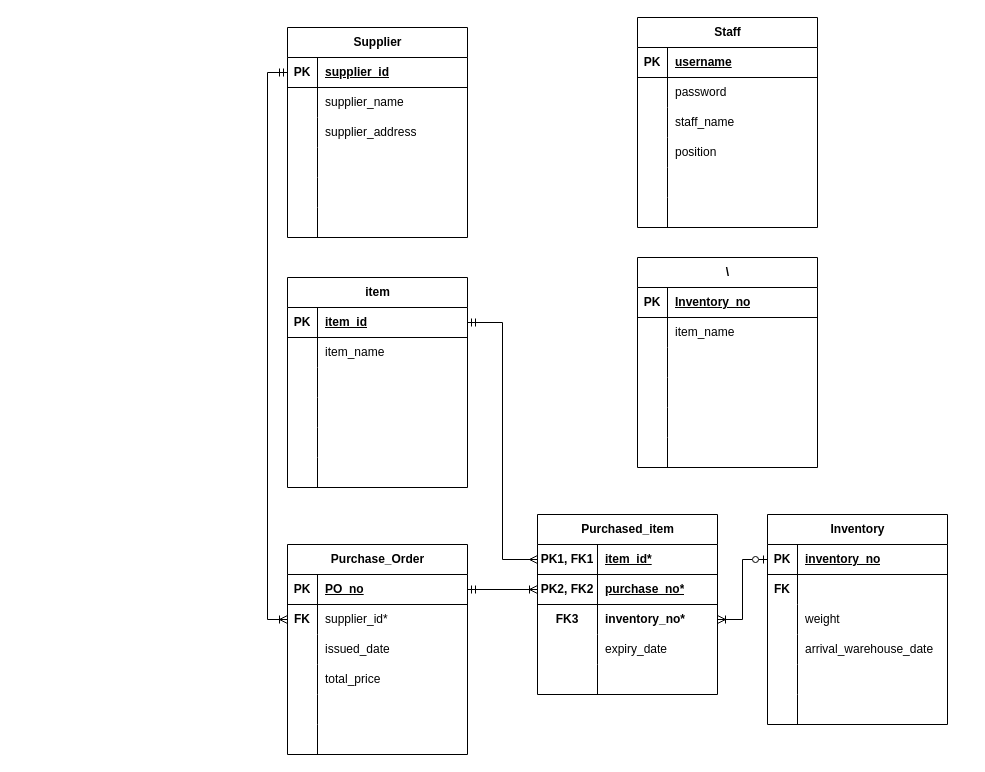
Before: Entity Relationship Diagram.drawio in mwjunonn/InvManageSys, a draw.io diagram. Source tidied: cells renumbered, new cells numbered last; positions are measured from the earlier drawing's top-left corner, leaving out a move shared by most shapes. Both pictures are drawn from the tidied source at 100%, with x=0, y=0 at pixel (287, 17).
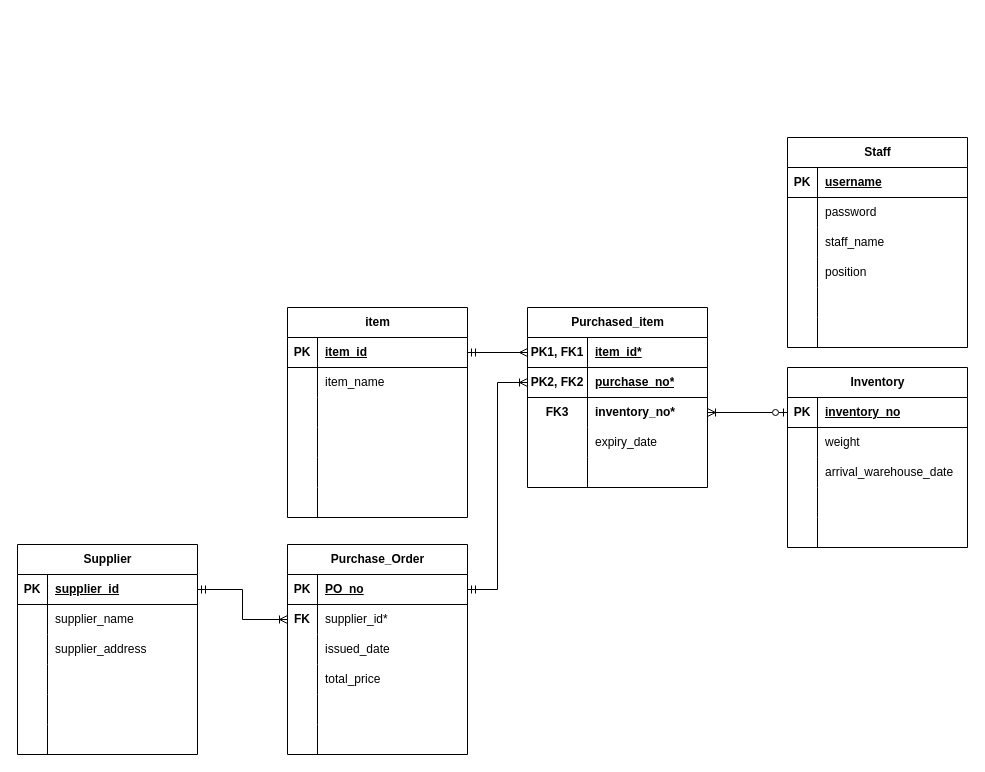
The same page after the edit.

The change refers to these unchanged cells:
```xml
<mxCell id="22" style="shape=tableRow;horizontal=0;startSize=0;swimlaneHead=0;swimlaneBody=0;fillColor=none;points=[[0,0.5],[1,0.5]];portConstraint=eastwest;top=0;left=0;right=0;bottom=1;fontFamily=MiSans;" parent="21" vertex="1">
  <mxGeometry y="30" width="180" height="30" as="geometry" />
</mxCell>
<mxCell id="82" style="shape=tableRow;horizontal=0;startSize=0;swimlaneHead=0;swimlaneBody=0;fillColor=none;points=[[0,0.5],[1,0.5]];portConstraint=eastwest;top=0;left=0;right=0;bottom=0;fontFamily=MiSans;" parent="78" vertex="1">
  <mxGeometry y="60" width="180" height="30" as="geometry" />
</mxCell>
```

What changed in the source:
```diff
@@
     <mxCell id="2" value="Staff" style="shape=table;startSize=30;childLayout=tableLayout;rowLines=0;fontStyle=1;align=center;html=1;fontFamily=MiSans;" parent="1" vertex="1">
-      <mxGeometry x="350" width="180" height="210" as="geometry" />
+      <mxGeometry x="500" y="120" width="180" height="210" as="geometry" />
     </mxCell>
@@
     <mxCell id="21" value="Supplier" style="shape=table;startSize=30;childLayout=tableLayout;rowLines=0;fontStyle=1;align=center;html=1;fontFamily=MiSans;" parent="1" vertex="1">
-      <mxGeometry y="10" width="180" height="210" as="geometry" />
+      <mxGeometry x="-270" y="527" width="180" height="210" as="geometry" />
     </mxCell>
@@
     <mxCell id="40" value="item" style="shape=table;startSize=30;childLayout=tableLayout;rowLines=0;fontStyle=1;align=center;html=1;fontFamily=MiSans;" parent="1" vertex="1">
-      <mxGeometry y="260" width="180" height="210" as="geometry" />
+      <mxGeometry y="290" width="180" height="210" as="geometry" />
     </mxCell>
@@
     <mxCell id="59" value="Inventory" style="shape=table;startSize=30;childLayout=tableLayout;rowLines=0;fontStyle=1;align=center;html=1;fontFamily=MiSans;" parent="1" vertex="1">
-      <mxGeometry x="480" y="497" width="180" height="210" as="geometry" />
+      <mxGeometry x="500" y="350" width="180" height="180" as="geometry" />
     </mxCell>
@@
-    <mxCell id="63" style="shape=tableRow;horizontal=0;startSize=0;swimlaneHead=0;swimlaneBody=0;fillColor=none;top=0;left=0;right=0;bottom=0;fontFamily=MiSans;" parent="59" vertex="1">
-      <mxGeometry y="60" width="180" height="30" as="geometry" />
-    </mxCell>
-    <mxCell id="64" value="&lt;b&gt;FK&lt;/b&gt;" style="shape=partialRectangle;fillColor=none;top=0;left=0;bottom=0;right=0;overflow=hidden;whiteSpace=wrap;html=1;fontFamily=MiSans;" parent="63" vertex="1">
-      <mxGeometry width="30" height="30" as="geometry" />
-    </mxCell>
-    <mxCell id="65" style="shape=partialRectangle;fillColor=none;top=0;left=0;bottom=0;right=0;align=left;spacingLeft=6;overflow=hidden;whiteSpace=wrap;html=1;fontFamily=MiSans;" parent="63" vertex="1">
-      <mxGeometry x="30" width="150" height="30" as="geometry" />
-    </mxCell>
     <mxCell id="66" style="shape=tableRow;horizontal=0;startSize=0;swimlaneHead=0;swimlaneBody=0;fillColor=none;top=0;left=0;right=0;bottom=0;fontFamily=MiSans;" parent="59" vertex="1">
-      <mxGeometry y="90" width="180" height="30" as="geometry" />
+      <mxGeometry y="60" width="180" height="30" as="geometry" />
     </mxCell>
@@
     <mxCell id="69" style="shape=tableRow;horizontal=0;startSize=0;swimlaneHead=0;swimlaneBody=0;fillColor=none;top=0;left=0;right=0;bottom=0;fontFamily=MiSans;" parent="59" vertex="1">
-      <mxGeometry y="120" width="180" height="30" as="geometry" />
+      <mxGeometry y="90" width="180" height="30" as="geometry" />
     </mxCell>
@@
     <mxCell id="72" style="shape=tableRow;horizontal=0;startSize=0;swimlaneHead=0;swimlaneBody=0;fillColor=none;top=0;left=0;right=0;bottom=0;fontFamily=MiSans;" parent="59" vertex="1">
-      <mxGeometry y="150" width="180" height="30" as="geometry" />
+      <mxGeometry y="120" width="180" height="30" as="geometry" />
     </mxCell>
@@
     <mxCell id="75" style="shape=tableRow;horizontal=0;startSize=0;swimlaneHead=0;swimlaneBody=0;fillColor=none;top=0;left=0;right=0;bottom=0;fontFamily=MiSans;" parent="59" vertex="1">
-      <mxGeometry y="180" width="180" height="30" as="geometry" />
+      <mxGeometry y="150" width="180" height="30" as="geometry" />
     </mxCell>
@@
-    <mxCell id="97" style="edgeStyle=orthogonalEdgeStyle;rounded=0;jettySize=auto;html=1;entryX=0;entryY=0.5;entryDx=0;entryDy=0;startArrow=ERoneToMany;startFill=0;endArrow=ERmandOne;endFill=0;" parent="1" edge="1" source="82" target="22">
+    <mxCell id="97" style="edgeStyle=orthogonalEdgeStyle;rounded=0;jettySize=auto;html=1;entryX=1;entryY=0.5;entryDx=0;entryDy=0;startArrow=ERoneToMany;startFill=0;endArrow=ERmandOne;endFill=0;" parent="1" edge="1" source="82" target="22">
       <mxGeometry relative="1" as="geometry" />
     </mxCell>
     <mxCell id="98" value="Purchased_item" style="shape=table;startSize=30;childLayout=tableLayout;rowLines=0;fontStyle=1;align=center;html=1;fontFamily=MiSans;" parent="1" vertex="1">
-      <mxGeometry x="250" y="497" width="180" height="180" as="geometry" />
+      <mxGeometry x="240" y="290" width="180" height="180" as="geometry" />
     </mxCell>
@@
-    <mxCell id="117" value="\" style="shape=table;startSize=30;childLayout=tableLayout;rowLines=0;fontStyle=1;align=center;html=1;fontFamily=MiSans;" parent="1" vertex="1">
-      <mxGeometry x="350" y="240" width="180" height="210" as="geometry" />
-    </mxCell>
-    <mxCell id="118" style="shape=tableRow;horizontal=0;startSize=0;swimlaneHead=0;swimlaneBody=0;fillColor=none;top=0;left=0;right=0;bottom=1;fontFamily=MiSans;" parent="117" vertex="1">
-      <mxGeometry y="30" width="180" height="30" as="geometry" />
-    </mxCell>
-    <mxCell id="119" value="PK" style="shape=partialRectangle;fillColor=none;top=0;left=0;bottom=0;right=0;fontStyle=1;overflow=hidden;whiteSpace=wrap;html=1;fontFamily=MiSans;" parent="118" vertex="1">
-      <mxGeometry width="30" height="30" as="geometry" />
-    </mxCell>
-    <mxCell id="120" value="Inventory_no" style="shape=partialRectangle;fillColor=none;top=0;left=0;bottom=0;right=0;align=left;spacingLeft=6;fontStyle=5;overflow=hidden;whiteSpace=wrap;html=1;fontFamily=MiSans;" parent="118" vertex="1">
-      <mxGeometry x="30" width="150" height="30" as="geometry" />
-    </mxCell>
-    <mxCell id="121" style="shape=tableRow;horizontal=0;startSize=0;swimlaneHead=0;swimlaneBody=0;fillColor=none;top=0;left=0;right=0;bottom=0;fontFamily=MiSans;" parent="117" vertex="1">
-      <mxGeometry y="60" width="180" height="30" as="geometry" />
-    </mxCell>
-    <mxCell id="122" style="shape=partialRectangle;fillColor=none;top=0;left=0;bottom=0;right=0;overflow=hidden;whiteSpace=wrap;html=1;fontFamily=MiSans;" parent="121" vertex="1">
-      <mxGeometry width="30" height="30" as="geometry" />
-    </mxCell>
-    <mxCell id="123" value="item_name" style="shape=partialRectangle;fillColor=none;top=0;left=0;bottom=0;right=0;align=left;spacingLeft=6;overflow=hidden;whiteSpace=wrap;html=1;fontFamily=MiSans;" parent="121" vertex="1">
-      <mxGeometry x="30" width="150" height="30" as="geometry" />
-    </mxCell>
-    <mxCell id="124" style="shape=tableRow;horizontal=0;startSize=0;swimlaneHead=0;swimlaneBody=0;fillColor=none;top=0;left=0;right=0;bottom=0;fontFamily=MiSans;" parent="117" vertex="1">
-      <mxGeometry y="90" width="180" height="30" as="geometry" />
-    </mxCell>
-    <mxCell id="125" style="shape=partialRectangle;fillColor=none;top=0;left=0;bottom=0;right=0;overflow=hidden;whiteSpace=wrap;html=1;fontFamily=MiSans;" parent="124" vertex="1">
-      <mxGeometry width="30" height="30" as="geometry" />
-    </mxCell>
-    <mxCell id="126" style="shape=partialRectangle;fillColor=none;top=0;left=0;bottom=0;right=0;align=left;spacingLeft=6;overflow=hidden;whiteSpace=wrap;html=1;fontFamily=MiSans;" parent="124" vertex="1">
-      <mxGeometry x="30" width="150" height="30" as="geometry" />
-    </mxCell>
-    <mxCell id="127" style="shape=tableRow;horizontal=0;startSize=0;swimlaneHead=0;swimlaneBody=0;fillColor=none;top=0;left=0;right=0;bottom=0;fontFamily=MiSans;" parent="117" vertex="1">
-      <mxGeometry y="120" width="180" height="30" as="geometry" />
-    </mxCell>
-    <mxCell id="128" style="shape=partialRectangle;fillColor=none;top=0;left=0;bottom=0;right=0;overflow=hidden;whiteSpace=wrap;html=1;fontFamily=MiSans;" parent="127" vertex="1">
-      <mxGeometry width="30" height="30" as="geometry" />
-    </mxCell>
-    <mxCell id="129" style="shape=partialRectangle;fillColor=none;top=0;left=0;bottom=0;right=0;align=left;spacingLeft=6;overflow=hidden;whiteSpace=wrap;html=1;fontFamily=MiSans;" parent="127" vertex="1">
-      <mxGeometry x="30" width="150" height="30" as="geometry" />
-    </mxCell>
-    <mxCell id="130" style="shape=tableRow;horizontal=0;startSize=0;swimlaneHead=0;swimlaneBody=0;fillColor=none;top=0;left=0;right=0;bottom=0;fontFamily=MiSans;" parent="117" vertex="1">
-      <mxGeometry y="150" width="180" height="30" as="geometry" />
-    </mxCell>
-    <mxCell id="131" style="shape=partialRectangle;fillColor=none;top=0;left=0;bottom=0;right=0;overflow=hidden;whiteSpace=wrap;html=1;fontFamily=MiSans;" parent="130" vertex="1">
-      <mxGeometry width="30" height="30" as="geometry" />
-    </mxCell>
-    <mxCell id="132" style="shape=partialRectangle;fillColor=none;top=0;left=0;bottom=0;right=0;align=left;spacingLeft=6;overflow=hidden;whiteSpace=wrap;html=1;fontFamily=MiSans;" parent="130" vertex="1">
-      <mxGeometry x="30" width="150" height="30" as="geometry" />
-    </mxCell>
-    <mxCell id="133" style="shape=tableRow;horizontal=0;startSize=0;swimlaneHead=0;swimlaneBody=0;fillColor=none;top=0;left=0;right=0;bottom=0;fontFamily=MiSans;" parent="117" vertex="1">
-      <mxGeometry y="180" width="180" height="30" as="geometry" />
-    </mxCell>
-    <mxCell id="134" style="shape=partialRectangle;fillColor=none;top=0;left=0;bottom=0;right=0;overflow=hidden;whiteSpace=wrap;html=1;fontFamily=MiSans;" parent="133" vertex="1">
-      <mxGeometry width="30" height="30" as="geometry" />
-    </mxCell>
-    <mxCell id="135" style="shape=partialRectangle;fillColor=none;top=0;left=0;bottom=0;right=0;align=left;spacingLeft=6;overflow=hidden;whiteSpace=wrap;html=1;fontFamily=MiSans;" parent="133" vertex="1">
-      <mxGeometry x="30" width="150" height="30" as="geometry" />
-    </mxCell>
```
